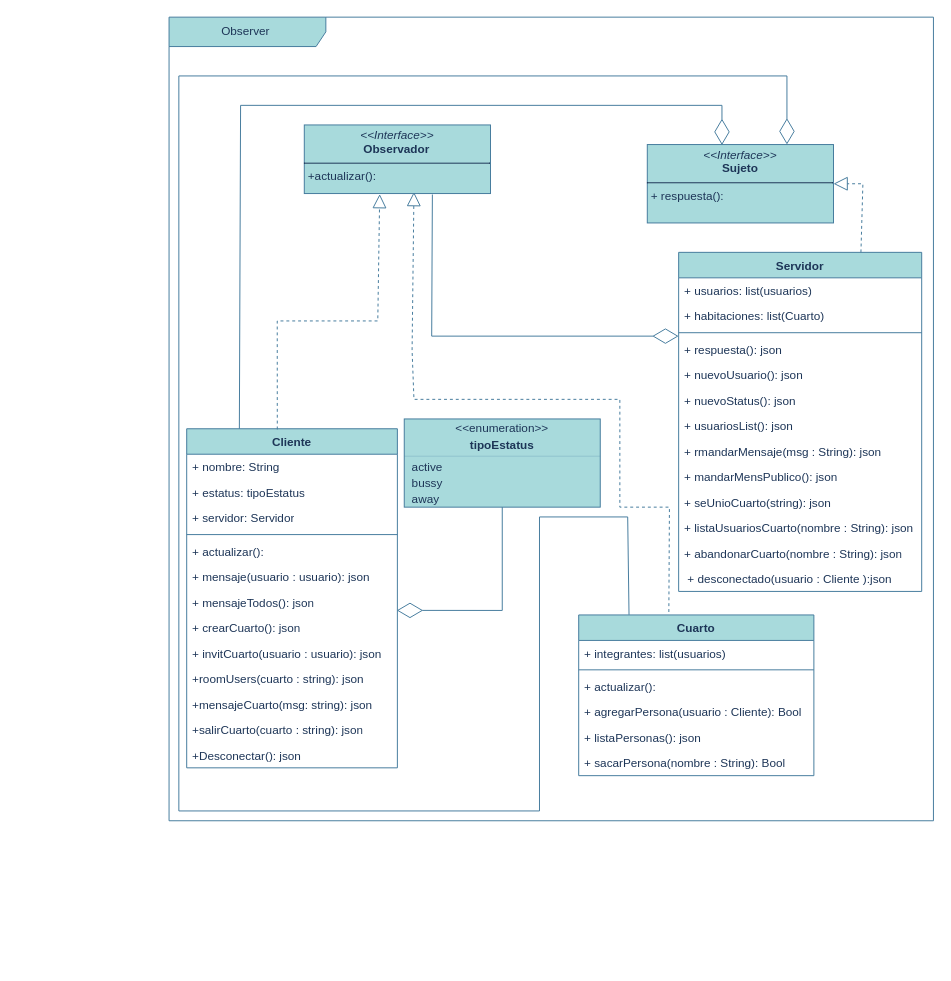
Earlier version of the draw.io diagram docs/Mensajeria.drawio (Sergio09XJ/Servicio-Mensajeria). Source tidied: cells renumbered, new cells numbered last; positions are measured from the earlier drawing's top-left corner, leaving out a move shared by most shapes. Both pictures are drawn from the tidied source at 98%, with x=0, y=0 at pixel (169, 17).
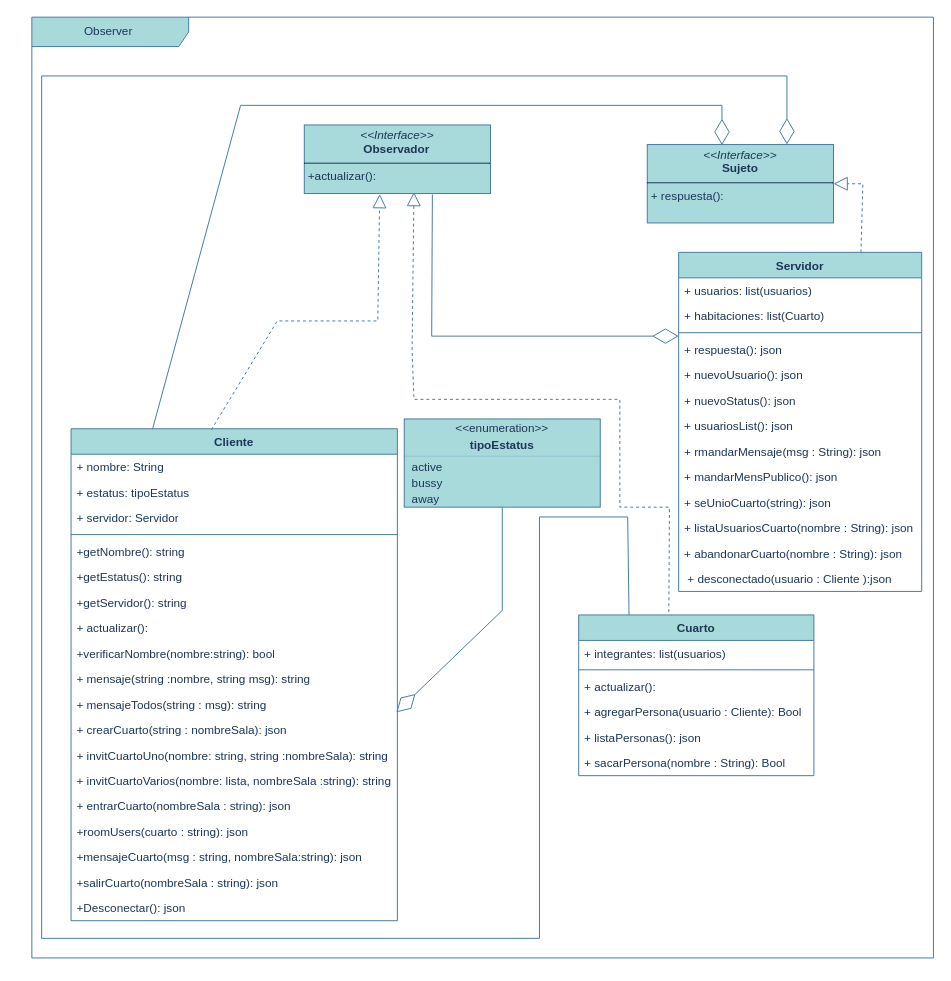
Above is the later version.

The change refers to these unchanged cells:
```xml
<mxCell id="30" value="Cuarto&lt;div&gt;&lt;br&gt;&lt;/div&gt;" style="swimlane;fontStyle=1;align=center;verticalAlign=top;horizontal=1;startSize=26;whiteSpace=wrap;html=1;labelBackgroundColor=none;fillColor=#A8DADC;strokeColor=#457B9D;fontColor=#1D3557;" parent="1" vertex="1">
  <mxGeometry x="418" y="610" width="240" height="164" as="geometry" />
</mxCell>
<mxCell id="42" value="&lt;p style=&quot;margin:0px;margin-top:4px;text-align:center;&quot;&gt;&lt;i&gt;&amp;lt;&amp;lt;Interface&amp;gt;&amp;gt;&lt;/i&gt;&lt;br&gt;&lt;b&gt;Sujeto&lt;/b&gt;&lt;/p&gt;&lt;hr size=&quot;1&quot; style=&quot;border-style:solid;&quot;&gt;&lt;p style=&quot;margin:0px;margin-left:4px;&quot;&gt;+ respuesta():&lt;br&gt;&lt;br&gt;&lt;/p&gt;" style="verticalAlign=top;align=left;overflow=fill;html=1;whiteSpace=wrap;labelBackgroundColor=none;fillColor=#A8DADC;strokeColor=#457B9D;fontColor=#1D3557;" parent="1" vertex="1">
  <mxGeometry x="488" y="130" width="190" height="80" as="geometry" />
</mxCell>
```

The edit, as a diff of the source:
```diff
@@
     <mxCell id="2" value="Cliente" style="swimlane;fontStyle=1;align=center;verticalAlign=top;horizontal=1;startSize=26;whiteSpace=wrap;html=1;labelBackgroundColor=none;fillColor=#A8DADC;strokeColor=#457B9D;fontColor=#1D3557;" parent="1" vertex="1">
-      <mxGeometry x="18" y="420" width="215" height="346" as="geometry" />
+      <mxGeometry x="-100" y="420" width="333" height="502" as="geometry" />
     </mxCell>
     <mxCell id="3" value="+ nombre: String" style="text;strokeColor=none;fillColor=none;align=left;verticalAlign=top;spacingLeft=4;spacingRight=4;overflow=hidden;whiteSpace=wrap;html=1;labelBackgroundColor=none;fontColor=#1D3557;" parent="2" vertex="1">
-      <mxGeometry y="26" width="215" height="26" as="geometry" />
+      <mxGeometry y="26" width="333" height="26" as="geometry" />
     </mxCell>
     <mxCell id="4" value="+ estatus: tipoEstatus" style="text;strokeColor=none;fillColor=none;align=left;verticalAlign=top;spacingLeft=4;spacingRight=4;overflow=hidden;whiteSpace=wrap;html=1;labelBackgroundColor=none;fontColor=#1D3557;" parent="2" vertex="1">
-      <mxGeometry y="52" width="215" height="26" as="geometry" />
+      <mxGeometry y="52" width="333" height="26" as="geometry" />
     </mxCell>
     <mxCell id="5" value="+ servidor: Servidor" style="text;strokeColor=none;fillColor=none;align=left;verticalAlign=top;spacingLeft=4;spacingRight=4;overflow=hidden;whiteSpace=wrap;html=1;labelBackgroundColor=none;fontColor=#1D3557;" parent="2" vertex="1">
-      <mxGeometry y="78" width="215" height="26" as="geometry" />
+      <mxGeometry y="78" width="333" height="26" as="geometry" />
     </mxCell>
     <mxCell id="6" style="line;strokeWidth=1;fillColor=none;align=left;verticalAlign=middle;spacingTop=-1;spacingLeft=3;spacingRight=3;labelPosition=right;strokeColor=#457B9D;labelBackgroundColor=none;fontColor=#1D3557;" parent="2" vertex="1">
-      <mxGeometry y="104" width="215" height="8" as="geometry" />
+      <mxGeometry y="104" width="333" height="8" as="geometry" />
     </mxCell>
+    <mxCell id="54" value="+getNombre(): string" style="text;strokeColor=none;fillColor=none;align=left;verticalAlign=top;spacingLeft=4;spacingRight=4;overflow=hidden;whiteSpace=wrap;html=1;labelBackgroundColor=none;fontColor=#1D3557;" parent="2" vertex="1">
+      <mxGeometry y="112" width="333" height="26" as="geometry" />
+    </mxCell>
+    <mxCell id="55" value="+getEstatus(): string" style="text;strokeColor=none;fillColor=none;align=left;verticalAlign=top;spacingLeft=4;spacingRight=4;overflow=hidden;whiteSpace=wrap;html=1;labelBackgroundColor=none;fontColor=#1D3557;" parent="2" vertex="1">
+      <mxGeometry y="138" width="333" height="26" as="geometry" />
+    </mxCell>
+    <mxCell id="56" value="+getServidor(): string" style="text;strokeColor=none;fillColor=none;align=left;verticalAlign=top;spacingLeft=4;spacingRight=4;overflow=hidden;whiteSpace=wrap;html=1;labelBackgroundColor=none;fontColor=#1D3557;" parent="2" vertex="1">
+      <mxGeometry y="164" width="333" height="26" as="geometry" />
+    </mxCell>
     <mxCell id="7" value="+ actualizar():" style="text;strokeColor=none;fillColor=none;align=left;verticalAlign=top;spacingLeft=4;spacingRight=4;overflow=hidden;whiteSpace=wrap;html=1;labelBackgroundColor=none;fontColor=#1D3557;" parent="2" vertex="1">
-      <mxGeometry y="112" width="215" height="26" as="geometry" />
+      <mxGeometry y="190" width="333" height="26" as="geometry" />
     </mxCell>
+    <mxCell id="57" value="+verificarNombre(nombre:string): bool" style="text;strokeColor=none;fillColor=none;align=left;verticalAlign=top;spacingLeft=4;spacingRight=4;overflow=hidden;whiteSpace=wrap;html=1;labelBackgroundColor=none;fontColor=#1D3557;" parent="2" vertex="1">
+      <mxGeometry y="216" width="333" height="26" as="geometry" />
+    </mxCell>
-    <mxCell id="8" value="+ mensaje(usuario : usuario): json" style="text;strokeColor=none;fillColor=none;align=left;verticalAlign=top;spacingLeft=4;spacingRight=4;overflow=hidden;whiteSpace=wrap;html=1;labelBackgroundColor=none;fontColor=#1D3557;" parent="2" vertex="1">
-      <mxGeometry y="138" width="215" height="26" as="geometry" />
+    <mxCell id="8" value="+ mensaje(string :nombre, string msg): string" style="text;strokeColor=none;fillColor=none;align=left;verticalAlign=top;spacingLeft=4;spacingRight=4;overflow=hidden;whiteSpace=wrap;html=1;labelBackgroundColor=none;fontColor=#1D3557;" parent="2" vertex="1">
+      <mxGeometry y="242" width="333" height="26" as="geometry" />
     </mxCell>
-    <mxCell id="9" value="+ mensajeTodos(): json" style="text;strokeColor=none;fillColor=none;align=left;verticalAlign=top;spacingLeft=4;spacingRight=4;overflow=hidden;points=[[0,0.5],[1,0.5]];portConstraint=eastwest;whiteSpace=wrap;html=1;labelBackgroundColor=none;fontColor=#1D3557;" parent="2" vertex="1">
-      <mxGeometry y="164" width="215" height="26" as="geometry" />
+    <mxCell id="9" value="+ mensajeTodos(string : msg): string" style="text;strokeColor=none;fillColor=none;align=left;verticalAlign=top;spacingLeft=4;spacingRight=4;overflow=hidden;points=[[0,0.5],[1,0.5]];portConstraint=eastwest;whiteSpace=wrap;html=1;labelBackgroundColor=none;fontColor=#1D3557;" parent="2" vertex="1">
+      <mxGeometry y="268" width="333" height="26" as="geometry" />
     </mxCell>
-    <mxCell id="10" value="+ crearCuarto(): json" style="text;strokeColor=none;fillColor=none;align=left;verticalAlign=top;spacingLeft=4;spacingRight=4;overflow=hidden;whiteSpace=wrap;html=1;labelBackgroundColor=none;fontColor=#1D3557;" parent="2" vertex="1">
-      <mxGeometry y="190" width="215" height="26" as="geometry" />
+    <mxCell id="10" value="+ crearCuarto(string : nombreSala): json" style="text;strokeColor=none;fillColor=none;align=left;verticalAlign=top;spacingLeft=4;spacingRight=4;overflow=hidden;whiteSpace=wrap;html=1;labelBackgroundColor=none;fontColor=#1D3557;" parent="2" vertex="1">
+      <mxGeometry y="294" width="333" height="26" as="geometry" />
     </mxCell>
-    <mxCell id="11" value="+ invitCuarto(usuario : usuario): json" style="text;strokeColor=none;fillColor=none;align=left;verticalAlign=top;spacingLeft=4;spacingRight=4;overflow=hidden;whiteSpace=wrap;html=1;labelBackgroundColor=none;fontColor=#1D3557;" parent="2" vertex="1">
-      <mxGeometry y="216" width="215" height="26" as="geometry" />
+    <mxCell id="11" value="+ invitCuartoUno(nombre: string, string :nombreSala): string" style="text;strokeColor=none;fillColor=none;align=left;verticalAlign=top;spacingLeft=4;spacingRight=4;overflow=hidden;whiteSpace=wrap;html=1;labelBackgroundColor=none;fontColor=#1D3557;" parent="2" vertex="1">
+      <mxGeometry y="320" width="333" height="26" as="geometry" />
     </mxCell>
+    <mxCell id="58" value="+ invitCuartoVarios(nombre: lista, nombreSala :string): string" style="text;strokeColor=none;fillColor=none;align=left;verticalAlign=top;spacingLeft=4;spacingRight=4;overflow=hidden;whiteSpace=wrap;html=1;labelBackgroundColor=none;fontColor=#1D3557;" parent="2" vertex="1">
+      <mxGeometry y="346" width="333" height="26" as="geometry" />
+    </mxCell>
+    <mxCell id="59" value="+ entrarCuarto(nombreSala : string): json" style="text;strokeColor=none;fillColor=none;align=left;verticalAlign=top;spacingLeft=4;spacingRight=4;overflow=hidden;whiteSpace=wrap;html=1;labelBackgroundColor=none;fontColor=#1D3557;" parent="2" vertex="1">
+      <mxGeometry y="372" width="333" height="26" as="geometry" />
+    </mxCell>
     <mxCell id="12" value="+roomUsers(cuarto : string): json" style="text;strokeColor=none;fillColor=none;align=left;verticalAlign=top;spacingLeft=4;spacingRight=4;overflow=hidden;whiteSpace=wrap;html=1;labelBackgroundColor=none;fontColor=#1D3557;" parent="2" vertex="1">
-      <mxGeometry y="242" width="215" height="26" as="geometry" />
+      <mxGeometry y="398" width="333" height="26" as="geometry" />
     </mxCell>
-    <mxCell id="13" value="+mensajeCuarto(msg: string): json" style="text;strokeColor=none;fillColor=none;align=left;verticalAlign=top;spacingLeft=4;spacingRight=4;overflow=hidden;whiteSpace=wrap;html=1;labelBackgroundColor=none;fontColor=#1D3557;" parent="2" vertex="1">
-      <mxGeometry y="268" width="215" height="26" as="geometry" />
+    <mxCell id="13" value="+mensajeCuarto(msg : string, nombreSala:string): json" style="text;strokeColor=none;fillColor=none;align=left;verticalAlign=top;spacingLeft=4;spacingRight=4;overflow=hidden;whiteSpace=wrap;html=1;labelBackgroundColor=none;fontColor=#1D3557;" parent="2" vertex="1">
+      <mxGeometry y="424" width="333" height="26" as="geometry" />
     </mxCell>
-    <mxCell id="14" value="+salirCuarto(cuarto : string): json" style="text;strokeColor=none;fillColor=none;align=left;verticalAlign=top;spacingLeft=4;spacingRight=4;overflow=hidden;whiteSpace=wrap;html=1;labelBackgroundColor=none;fontColor=#1D3557;" parent="2" vertex="1">
-      <mxGeometry y="294" width="215" height="26" as="geometry" />
+    <mxCell id="14" value="+salirCuarto(nombreSala : string): json" style="text;strokeColor=none;fillColor=none;align=left;verticalAlign=top;spacingLeft=4;spacingRight=4;overflow=hidden;whiteSpace=wrap;html=1;labelBackgroundColor=none;fontColor=#1D3557;" parent="2" vertex="1">
+      <mxGeometry y="450" width="333" height="26" as="geometry" />
     </mxCell>
     <mxCell id="15" value="+Desconectar(): json" style="text;strokeColor=none;fillColor=none;align=left;verticalAlign=top;spacingLeft=4;spacingRight=4;overflow=hidden;whiteSpace=wrap;html=1;labelBackgroundColor=none;fontColor=#1D3557;" parent="2" vertex="1">
-      <mxGeometry y="320" width="215" height="26" as="geometry" />
+      <mxGeometry y="476" width="333" height="26" as="geometry" />
     </mxCell>
@@
     <mxCell id="43" style="endArrow=diamondThin;endFill=0;endSize=24;html=1;rounded=0;exitX=0.214;exitY=-0.001;exitDx=0;exitDy=0;entryX=0.75;entryY=0;entryDx=0;entryDy=0;exitPerimeter=0;labelBackgroundColor=none;strokeColor=#457B9D;fontColor=default;" parent="1" edge="1" source="30" target="42">
       <mxGeometry relative="1" as="geometry">
         <Array as="points">
           <mxPoint x="468" y="510" />
           <mxPoint x="378" y="510" />
-          <mxPoint x="378" y="810" />
-          <mxPoint x="10" y="810" />
-          <mxPoint x="10" y="60" />
+          <mxPoint x="378" y="940" />
+          <mxPoint x="-130" y="940" />
+          <mxPoint x="-130" y="60" />
           <mxPoint x="630.5" y="60" />
         </Array>
       </mxGeometry>
     </mxCell>
@@
     <mxCell id="53" value="Observer&amp;nbsp;" style="shape=umlFrame;whiteSpace=wrap;html=1;width=160;fillColor=#A8DADC;strokeColor=#457B9D;labelBackgroundColor=none;fontColor=#1D3557;" parent="1" vertex="1">
-      <mxGeometry width="780" height="820" as="geometry" />
+      <mxGeometry x="-140" width="920" height="960" as="geometry" />
     </mxCell>
```
